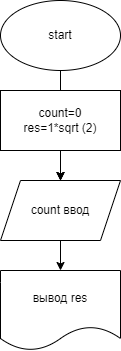
The draw.io diagram dia.drawio.png in OlgaChi93/practice_temp, before a commit. Source tidied: cells renumbered, new cells last; positions are measured from the earlier drawing's top-left corner, leaving out a move shared by most shapes.
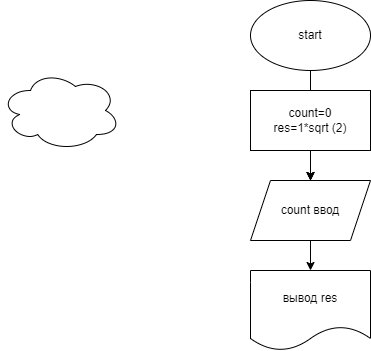
After the change.

Diff of the diagram source:
```diff
@@ -26,5 +26,8 @@
     <mxCell id="9" value="вывод res" style="shape=document;whiteSpace=wrap;html=1;boundedLbl=1;" parent="1" vertex="1">
       <mxGeometry y="270" width="120" height="80" as="geometry" />
     </mxCell>
+    <mxCell id="10" style="ellipse;shape=cloud;whiteSpace=wrap;html=1;" parent="1" vertex="1">
+      <mxGeometry x="-250" y="70" width="120" height="80" as="geometry" />
+    </mxCell>
   </root>
 </mxGraphModel>
```
